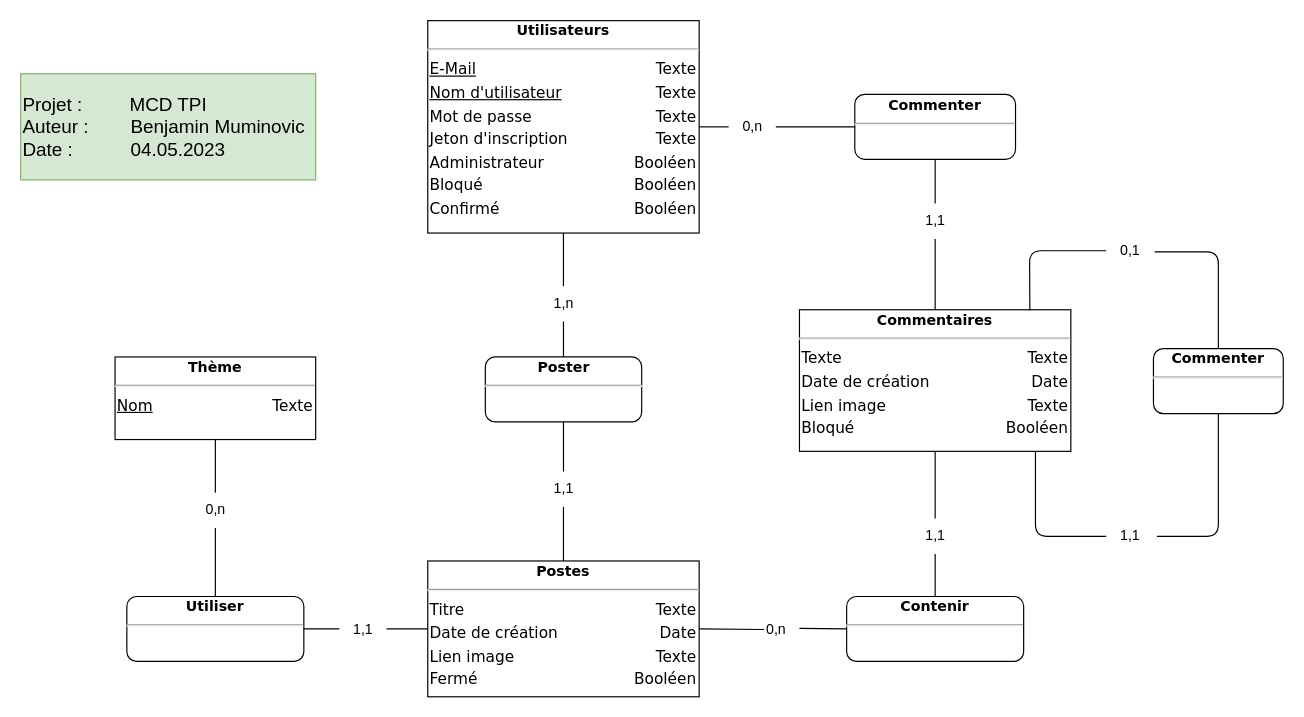
Earlier version of the draw.io diagram Analyse/Modèles/MCD/MCD_tpi.drawio (benjaminMum/Forum). Source tidied: cells renumbered, new cells numbered last; positions are measured from the earlier drawing's top-left corner, leaving out a move shared by most shapes. Both pictures are drawn from the tidied source at 118%, with x=0, y=0 at pixel (20, 20).
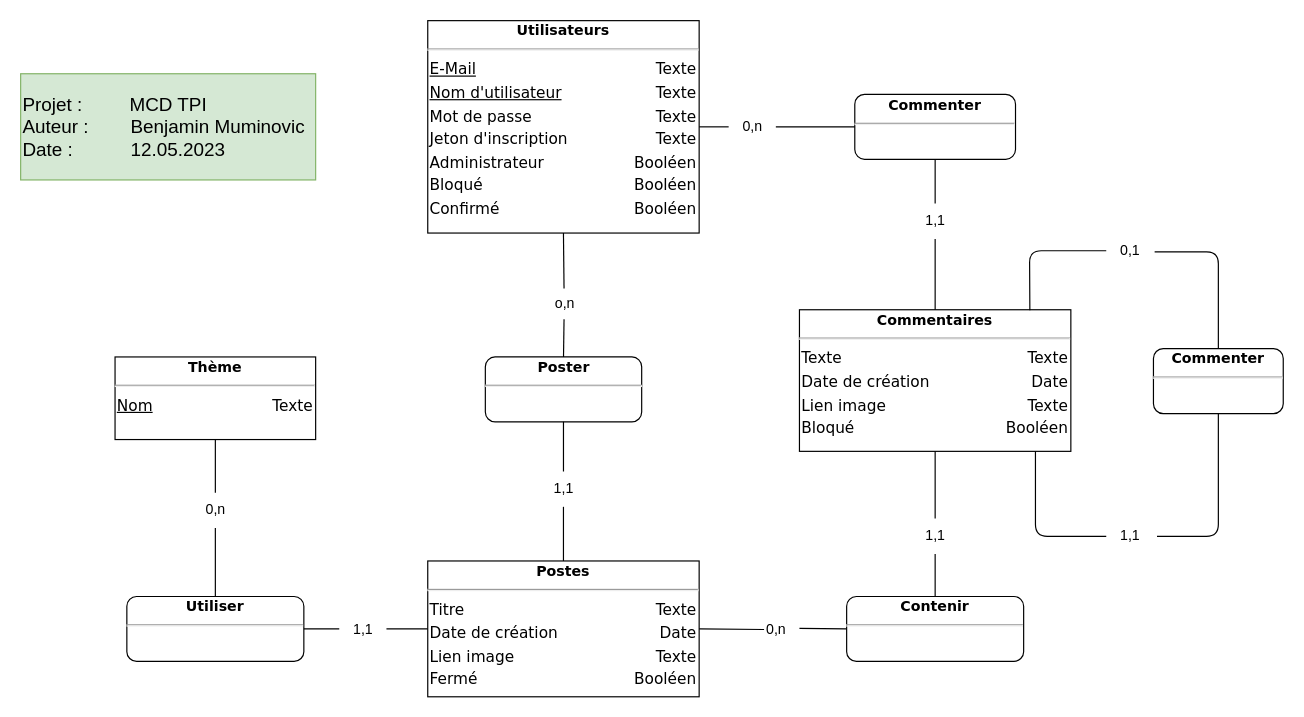
The same diagram, later.

Diff of the diagram source:
```diff
@@
-    <mxCell id="2" value="Projet :&amp;nbsp; &amp;nbsp; &amp;nbsp; &amp;nbsp; &amp;nbsp;MCD TPI&lt;br&gt;&lt;div style=&quot;text-align: center&quot;&gt;&lt;span&gt;Auteur :&amp;nbsp; &amp;nbsp; &amp;nbsp; &amp;nbsp; Benjamin Muminovic&lt;/span&gt;&lt;/div&gt;&lt;div&gt;Date :&amp;nbsp; &amp;nbsp; &amp;nbsp; &amp;nbsp; &amp;nbsp; &amp;nbsp;04.05.2023&lt;/div&gt;" style="rounded=0;whiteSpace=wrap;html=1;labelBackgroundColor=none;strokeColor=#82b366;fontSize=16;align=left;fillColor=#d5e8d4;" parent="1" vertex="1">
+    <mxCell id="2" value="Projet :&amp;nbsp; &amp;nbsp; &amp;nbsp; &amp;nbsp; &amp;nbsp;MCD TPI&lt;br&gt;&lt;div style=&quot;text-align: center&quot;&gt;&lt;span&gt;Auteur :&amp;nbsp; &amp;nbsp; &amp;nbsp; &amp;nbsp; Benjamin Muminovic&lt;/span&gt;&lt;/div&gt;&lt;div&gt;Date :&amp;nbsp; &amp;nbsp; &amp;nbsp; &amp;nbsp; &amp;nbsp; &amp;nbsp;12.05.2023&lt;/div&gt;" style="rounded=0;whiteSpace=wrap;html=1;labelBackgroundColor=none;strokeColor=#82b366;fontSize=16;align=left;fillColor=#d5e8d4;" parent="1" vertex="1">
       <mxGeometry y="45" width="250" height="90" as="geometry" />
     </mxCell>
@@
-    <mxCell id="9" value="1,n" style="text;html=1;align=center;verticalAlign=middle;points=[];" parent="1" vertex="1">
-      <mxGeometry x="440" y="225" width="40" height="30" as="geometry" />
+    <mxCell id="9" value="o,n" style="text;html=1;align=center;verticalAlign=middle;points=[];" parent="1" vertex="1">
+      <mxGeometry x="443" y="227" width="35" height="26" as="geometry" />
     </mxCell>
```
